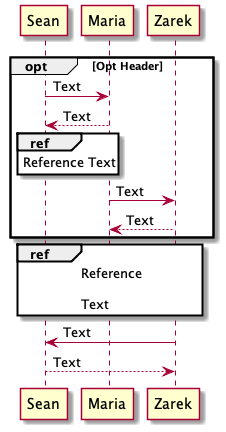
This is .gitbook/assets/Interactions06_ref.png from unifiedcompliance/compliance-as-code-book, a PlantUML export, as it was before one commit. Source of this version:
```plantuml
@startuml

opt Opt Header

    Sean  ->  Maria : Text
    Sean  <-- Maria : Text

    ref over Sean : Reference Text

    Maria ->  Zarek : Text
    Maria <-- Zarek : Text

end

ref over Sean, Zarek
Reference

Text
end ref

Zarek ->  Sean : Text
Zarek <-- Sean : Text

@enduml
```
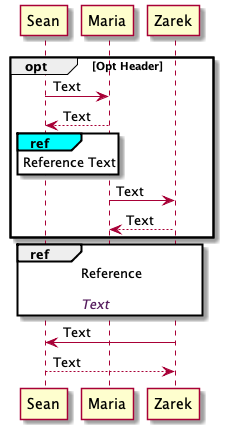
Later version of the same file.

What changed in the source:
```diff
@@ -5,7 +5,7 @@
     Sean  ->  Maria : Text
     Sean  <-- Maria : Text
 
-    ref over Sean : Reference Text
+    ref#cyan over Sean : Reference Text
 
     Maria ->  Zarek : Text
     Maria <-- Zarek : Text
@@ -15,7 +15,7 @@
 ref over Sean, Zarek
 Reference
 
-Text
+<font color=561D5E><i>Text</i></font>
 end ref
 
 Zarek ->  Sean : Text
```
